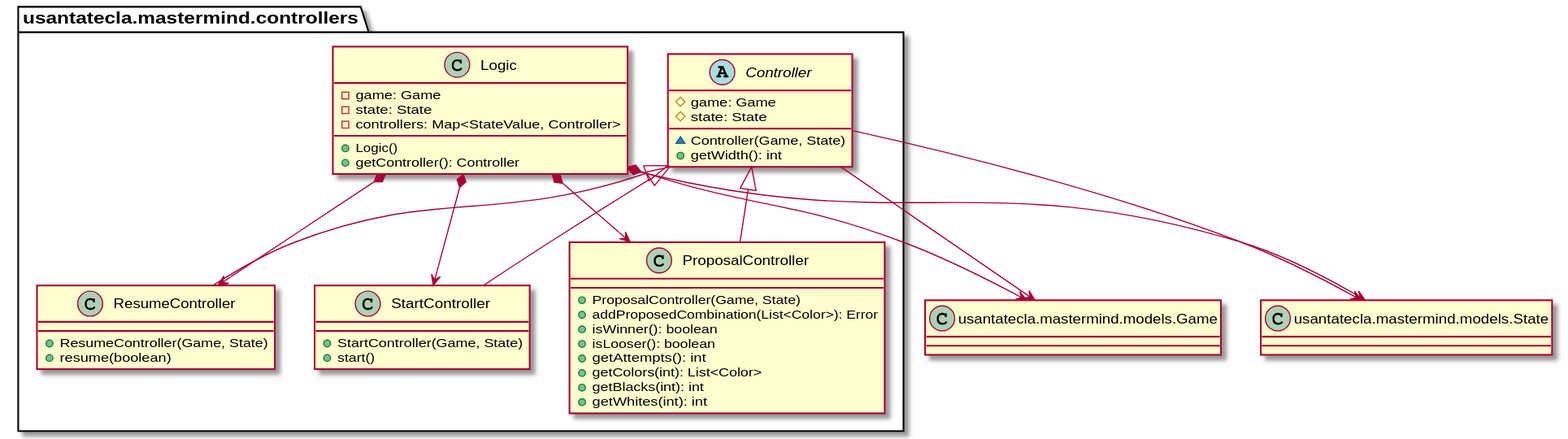
This is modelViewPresenter/presentationModel/withoutDoubleDispatching/docs/diagrams/out/paquetes/usantatecla.mastermind.controllers.svg from SantaTecla-mastermind/solution.java.swing.socket.sql, a PlantUML export, as it was before one commit. Source of this version:
```plantuml
@startuml
class Game as "usantatecla.mastermind.models.Game" {


}

class State as "usantatecla.mastermind.models.State" {


}

abstract class  usantatecla.mastermind.controllers.Controller{
# game: Game
# state: State
~ Controller(Game, State)
+ getWidth(): int
}
usantatecla.mastermind.controllers.Controller -down-> Game
usantatecla.mastermind.controllers.Controller -down-> State

class  usantatecla.mastermind.controllers.Logic{
- game: Game
- state: State
- controllers: Map<StateValue, Controller>
+ Logic()
+ getController(): Controller
}
usantatecla.mastermind.controllers.Logic *-down-> usantatecla.mastermind.controllers.ResumeController
usantatecla.mastermind.controllers.Logic *-down-> usantatecla.mastermind.controllers.StartController
usantatecla.mastermind.controllers.Logic *-down-> usantatecla.mastermind.controllers.ProposalController
usantatecla.mastermind.controllers.Logic *-down-> Game
usantatecla.mastermind.controllers.Logic *-down-> State

class  usantatecla.mastermind.controllers.ProposalController{
+ ProposalController(Game, State)
+ addProposedCombination(List<Color>): Error
+ isWinner(): boolean
+ isLooser(): boolean
+ getAttempts(): int
+ getColors(int): List<Color>
+ getBlacks(int): int
+ getWhites(int): int
}
usantatecla.mastermind.controllers.Controller <|-down- usantatecla.mastermind.controllers.ProposalController

class  usantatecla.mastermind.controllers.ResumeController{
+ ResumeController(Game, State)
+ resume(boolean)
}
usantatecla.mastermind.controllers.Controller <|-down- usantatecla.mastermind.controllers.ResumeController

class  usantatecla.mastermind.controllers.StartController{
+ StartController(Game, State)
+ start()
}
usantatecla.mastermind.controllers.Controller <|-down- usantatecla.mastermind.controllers.StartController
@enduml
```
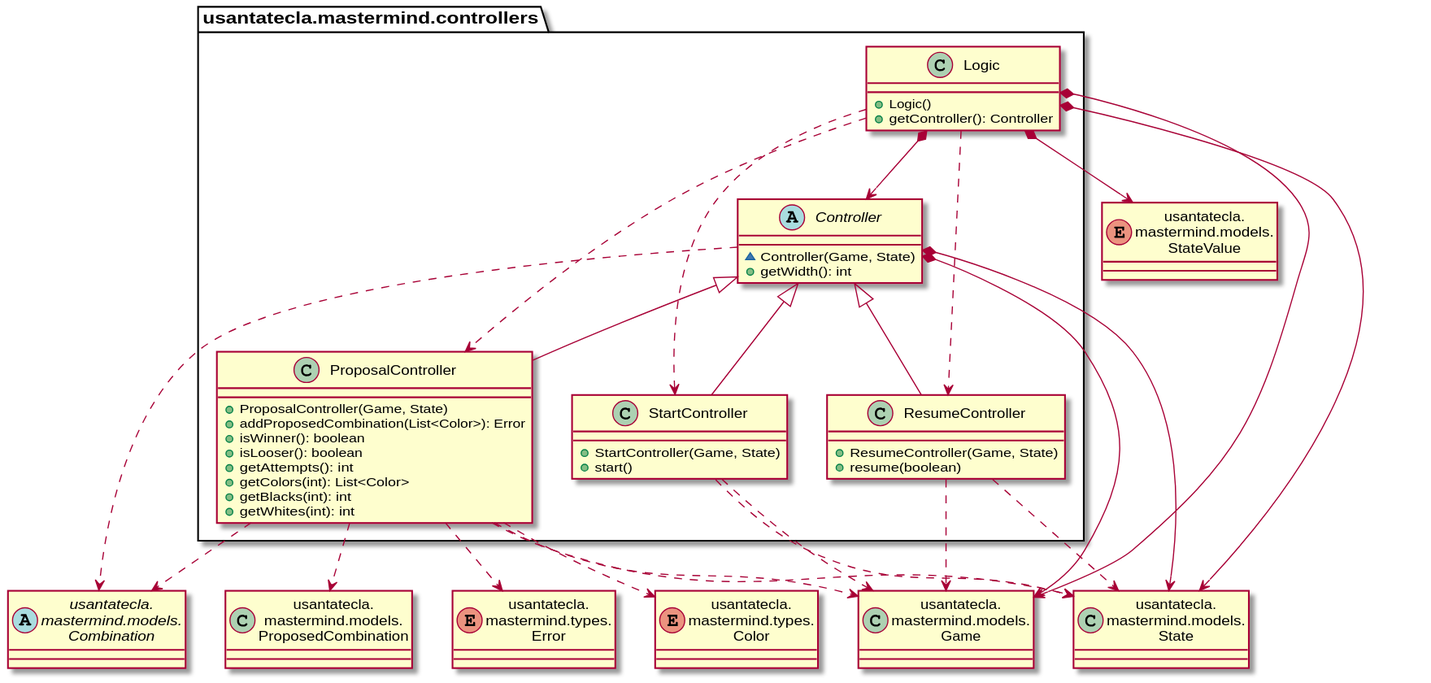
After the change.

The edit, as a diff of the source:
```diff
@@ -1,57 +1,63 @@
 @startuml
-class Game as "usantatecla.mastermind.models.Game" {
-
-
-}
-
-class State as "usantatecla.mastermind.models.State" {
-
-
-}
+abstract class Combination as "usantatecla.\nmastermind.models.\nCombination"
+class Game as "usantatecla.\nmastermind.models.\nGame"
+class State as "usantatecla.\nmastermind.models.\nState"
+class ProposedCombination as "usantatecla.\nmastermind.models.\nProposedCombination"
+enum StateValue as "usantatecla.\nmastermind.models.\nStateValue"
+enum Error as "usantatecla.\nmastermind.types.\nError"
+enum Color as "usantatecla.\nmastermind.types.\nColor"
 
 abstract class  usantatecla.mastermind.controllers.Controller{
-# game: Game
-# state: State
-~ Controller(Game, State)
-+ getWidth(): int
+    ~ Controller(Game, State)
+    + getWidth(): int
 }
-usantatecla.mastermind.controllers.Controller -down-> Game
-usantatecla.mastermind.controllers.Controller -down-> State
+usantatecla.mastermind.controllers.Controller *-down-> Game
+usantatecla.mastermind.controllers.Controller *-down-> State
+usantatecla.mastermind.controllers.Controller .down.> Combination
 
 class  usantatecla.mastermind.controllers.Logic{
-- game: Game
-- state: State
-- controllers: Map<StateValue, Controller>
-+ Logic()
-+ getController(): Controller
+    + Logic()
+    + getController(): Controller
 }
-usantatecla.mastermind.controllers.Logic *-down-> usantatecla.mastermind.controllers.ResumeController
-usantatecla.mastermind.controllers.Logic *-down-> usantatecla.mastermind.controllers.StartController
-usantatecla.mastermind.controllers.Logic *-down-> usantatecla.mastermind.controllers.ProposalController
+usantatecla.mastermind.controllers.Logic *-down-> usantatecla.mastermind.controllers.Controller
 usantatecla.mastermind.controllers.Logic *-down-> Game
 usantatecla.mastermind.controllers.Logic *-down-> State
+usantatecla.mastermind.controllers.Logic *-down-> StateValue
+usantatecla.mastermind.controllers.Logic .down.> usantatecla.mastermind.controllers.ResumeController
+usantatecla.mastermind.controllers.Logic .down.> usantatecla.mastermind.controllers.StartController
+usantatecla.mastermind.controllers.Logic .down.> usantatecla.mastermind.controllers.ProposalController
 
 class  usantatecla.mastermind.controllers.ProposalController{
-+ ProposalController(Game, State)
-+ addProposedCombination(List<Color>): Error
-+ isWinner(): boolean
-+ isLooser(): boolean
-+ getAttempts(): int
-+ getColors(int): List<Color>
-+ getBlacks(int): int
-+ getWhites(int): int
+    + ProposalController(Game, State)
+    + addProposedCombination(List<Color>): Error
+    + isWinner(): boolean
+    + isLooser(): boolean
+    + getAttempts(): int
+    + getColors(int): List<Color>
+    + getBlacks(int): int
+    + getWhites(int): int
 }
 usantatecla.mastermind.controllers.Controller <|-down- usantatecla.mastermind.controllers.ProposalController
+usantatecla.mastermind.controllers.ProposalController .down.> Combination
+usantatecla.mastermind.controllers.ProposalController .down.> Game
+usantatecla.mastermind.controllers.ProposalController .down.> State
+usantatecla.mastermind.controllers.ProposalController .down.> ProposedCombination
+usantatecla.mastermind.controllers.ProposalController .down.> Error
+usantatecla.mastermind.controllers.ProposalController .down.> Color
 
 class  usantatecla.mastermind.controllers.ResumeController{
-+ ResumeController(Game, State)
-+ resume(boolean)
+    + ResumeController(Game, State)
+    + resume(boolean)
 }
 usantatecla.mastermind.controllers.Controller <|-down- usantatecla.mastermind.controllers.ResumeController
+usantatecla.mastermind.controllers.ResumeController .down.> Game
+usantatecla.mastermind.controllers.ResumeController .down.> State
 
 class  usantatecla.mastermind.controllers.StartController{
-+ StartController(Game, State)
-+ start()
+    + StartController(Game, State)
+    + start()
 }
 usantatecla.mastermind.controllers.Controller <|-down- usantatecla.mastermind.controllers.StartController
+usantatecla.mastermind.controllers.StartController .down.> Game
+usantatecla.mastermind.controllers.StartController .down.> State
 @enduml
```
